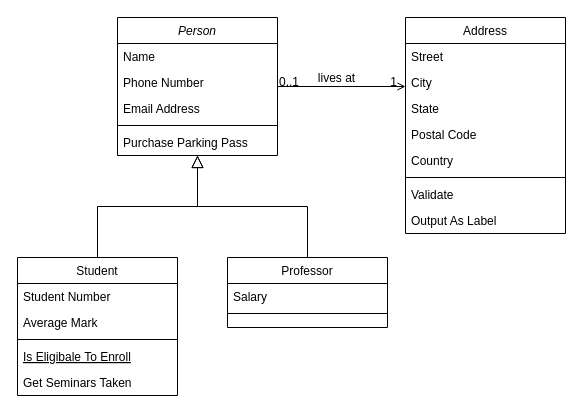
The draw.io diagram Untitled Diagram.drawio in marks214/oop-design-practice, before the edit. Source tidied: cells renumbered, new cells numbered last; positions are measured from the earlier drawing's top-left corner, leaving out a move shared by most shapes. Both pictures are drawn from the tidied source at 100%, with x=0, y=0 at pixel (17, 17).
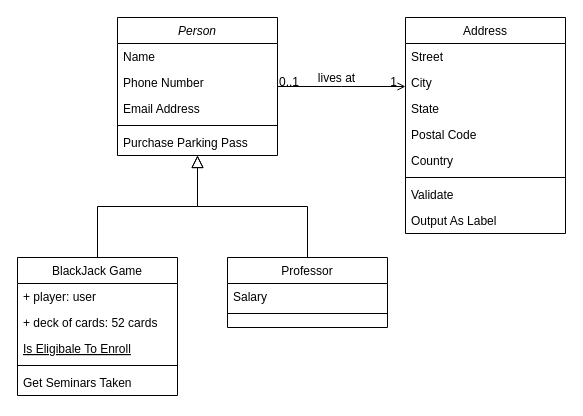
The same diagram, later.

Change to the diagram source:
```diff
@@
-    <mxCell id="8" value="Student" style="swimlane;fontStyle=0;align=center;verticalAlign=top;horizontal=1;startSize=26;rounded=0;shadow=0;strokeWidth=1;" parent="1" vertex="1">
+    <mxCell id="8" value="BlackJack Game" style="swimlane;fontStyle=0;align=center;verticalAlign=top;horizontal=1;startSize=26;rounded=0;shadow=0;strokeWidth=1;" parent="1" vertex="1">
       <mxGeometry y="240" width="160" height="138" as="geometry" />
     </mxCell>
-    <mxCell id="9" value="Student Number" style="text;align=left;verticalAlign=top;spacingLeft=4;spacingRight=4;overflow=hidden;" parent="8" vertex="1">
+    <mxCell id="9" value="+ player: user" style="text;align=left;verticalAlign=top;spacingLeft=4;spacingRight=4;overflow=hidden;" parent="8" vertex="1">
       <mxGeometry y="26" width="160" height="26" as="geometry" />
     </mxCell>
-    <mxCell id="10" value="Average Mark" style="text;align=left;verticalAlign=top;spacingLeft=4;spacingRight=4;overflow=hidden;rounded=0;shadow=0;html=0;" parent="8" vertex="1">
+    <mxCell id="10" value="+ deck of cards: 52 cards" style="text;align=left;verticalAlign=top;spacingLeft=4;spacingRight=4;overflow=hidden;rounded=0;shadow=0;html=0;" parent="8" vertex="1">
       <mxGeometry y="52" width="160" height="26" as="geometry" />
     </mxCell>
+    <mxCell id="12" value="Is Eligibale To Enroll" style="text;align=left;verticalAlign=top;spacingLeft=4;spacingRight=4;overflow=hidden;fontStyle=4;" parent="8" vertex="1">
+      <mxGeometry y="78" width="160" height="26" as="geometry" />
+    </mxCell>
     <mxCell id="11" style="line;html=1;strokeWidth=1;align=left;verticalAlign=middle;spacingTop=-1;spacingLeft=3;spacingRight=3;labelPosition=right;" parent="8" vertex="1">
-      <mxGeometry y="78" width="160" height="8" as="geometry" />
+      <mxGeometry y="104" width="160" height="8" as="geometry" />
     </mxCell>
-    <mxCell id="12" value="Is Eligibale To Enroll" style="text;align=left;verticalAlign=top;spacingLeft=4;spacingRight=4;overflow=hidden;fontStyle=4;" parent="8" vertex="1">
-      <mxGeometry y="86" width="160" height="26" as="geometry" />
-    </mxCell>
```
